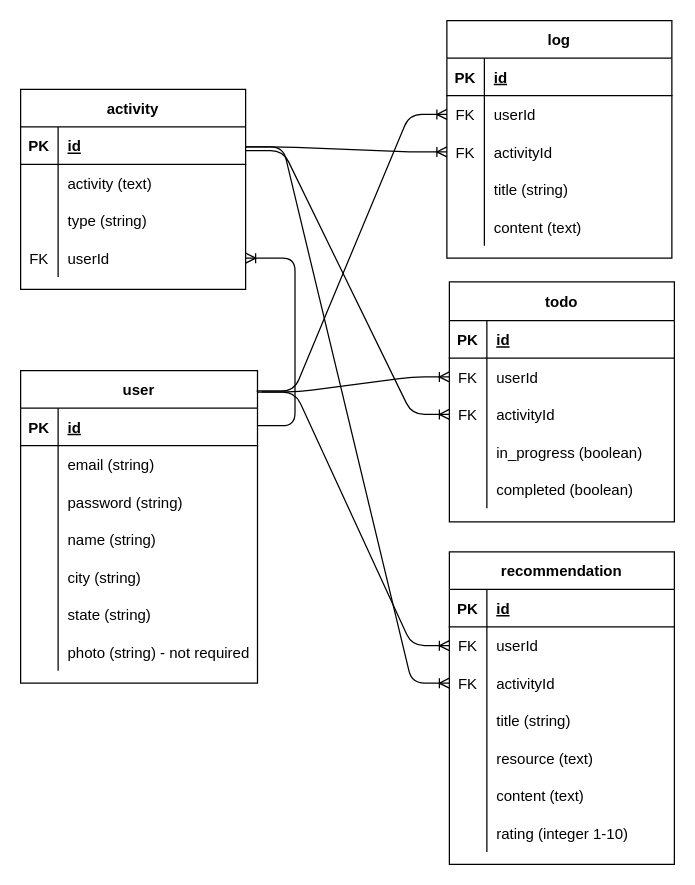
valerieyang00/Project-2 keeps this draw.io diagram as ERD.drawio. Above is the earlier version. Source tidied: cells renumbered, new cells numbered last; positions are measured from the earlier drawing's top-left corner, leaving out a move shared by most shapes. Both pictures are drawn from the tidied source at 125%, with x=0, y=0 at pixel (20, 20).
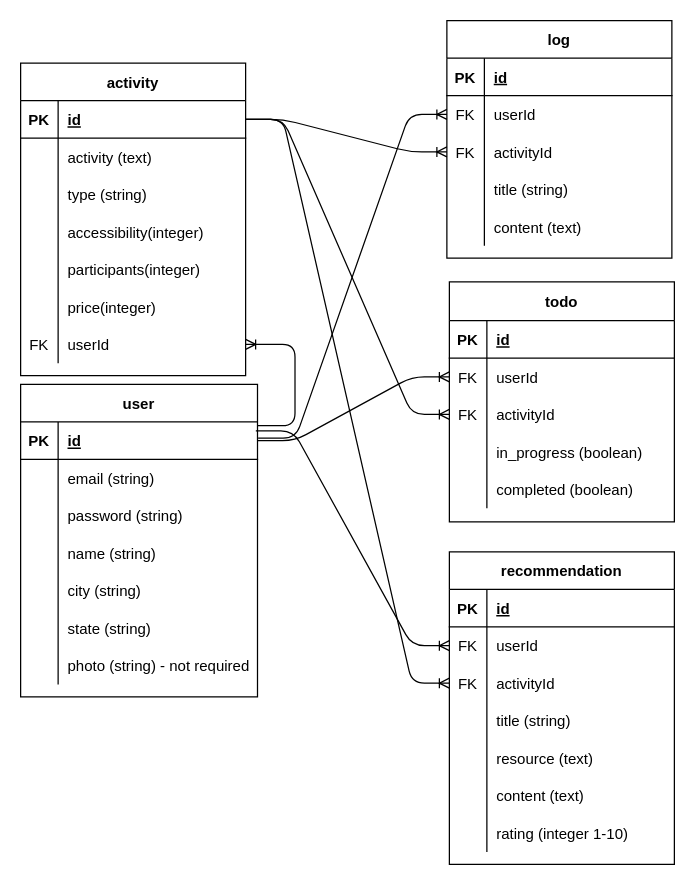
The same diagram, later.

The change refers to these unchanged cells:
```xml
<mxCell id="3" style="shape=partialRectangle;fillColor=none;top=0;left=0;bottom=1;right=0;points=[[0,0.5],[1,0.5]];portConstraint=eastwest;" parent="2" vertex="1">
  <mxGeometry y="30" width="189.5" height="30" as="geometry" />
</mxCell>
<mxCell id="28" style="shape=partialRectangle;fillColor=none;top=0;left=0;bottom=0;right=0;points=[[0,0.5],[1,0.5]];portConstraint=eastwest;" parent="24" vertex="1">
  <mxGeometry y="61" width="180" height="30" as="geometry" />
</mxCell>
<mxCell id="31" style="shape=partialRectangle;fillColor=none;top=0;left=0;bottom=0;right=0;points=[[0,0.5],[1,0.5]];portConstraint=eastwest;" parent="24" vertex="1">
  <mxGeometry y="91" width="180" height="30" as="geometry" />
</mxCell>
<mxCell id="41" style="shape=partialRectangle;fillColor=none;top=0;left=0;bottom=1;right=0;points=[[0,0.5],[1,0.5]];portConstraint=eastwest;" parent="40" vertex="1">
  <mxGeometry y="30" width="180" height="30" as="geometry" />
</mxCell>
<mxCell id="57" style="shape=partialRectangle;fillColor=none;top=0;left=0;bottom=0;right=0;points=[[0,0.5],[1,0.5]];portConstraint=eastwest;" parent="53" vertex="1">
  <mxGeometry y="60" width="180" height="30" as="geometry" />
</mxCell>
<mxCell id="60" style="shape=partialRectangle;fillColor=none;top=0;left=0;bottom=0;right=0;points=[[0,0.5],[1,0.5]];portConstraint=eastwest;" parent="53" vertex="1">
  <mxGeometry y="90" width="180" height="30" as="geometry" />
</mxCell>
<mxCell id="73" style="shape=partialRectangle;fillColor=none;top=0;left=0;bottom=0;right=0;points=[[0,0.5],[1,0.5]];portConstraint=eastwest;" parent="69" vertex="1">
  <mxGeometry y="60" width="180" height="30" as="geometry" />
</mxCell>
<mxCell id="76" style="shape=partialRectangle;fillColor=none;top=0;left=0;bottom=0;right=0;points=[[0,0.5],[1,0.5]];portConstraint=eastwest;" parent="69" vertex="1">
  <mxGeometry y="90" width="180" height="30" as="geometry" />
</mxCell>
```

What changed in the source:
```diff
@@
     <mxCell id="2" value="user" style="shape=table;startSize=30;childLayout=tableLayout;rowLines=0;fontStyle=1;align=center;" parent="1" vertex="1">
-      <mxGeometry y="280" width="189.5" height="250" as="geometry" />
+      <mxGeometry y="291" width="189.5" height="250" as="geometry" />
     </mxCell>
@@
     <mxCell id="40" value="activity" style="shape=table;startSize=30;childLayout=tableLayout;rowLines=0;fontStyle=1;align=center;" parent="1" vertex="1">
-      <mxGeometry y="55" width="180" height="160" as="geometry" />
+      <mxGeometry y="34" width="180" height="250" as="geometry" />
     </mxCell>
@@
+    <mxCell id="98" style="shape=partialRectangle;fillColor=none;top=0;left=0;bottom=0;right=0;" parent="40" vertex="1">
+      <mxGeometry y="120" width="180" height="30" as="geometry" />
+    </mxCell>
+    <mxCell id="99" style="shape=partialRectangle;fillColor=none;top=0;left=0;bottom=0;right=0;overflow=hidden;" parent="98" vertex="1">
+      <mxGeometry width="30" height="30" as="geometry" />
+    </mxCell>
+    <mxCell id="100" value="accessibility(integer)" style="shape=partialRectangle;fillColor=none;top=0;left=0;bottom=0;right=0;align=left;spacingLeft=6;overflow=hidden;" parent="98" vertex="1">
+      <mxGeometry x="30" width="150" height="30" as="geometry" />
+    </mxCell>
+    <mxCell id="101" style="shape=partialRectangle;fillColor=none;top=0;left=0;bottom=0;right=0;" parent="40" vertex="1">
+      <mxGeometry y="150" width="180" height="30" as="geometry" />
+    </mxCell>
+    <mxCell id="102" style="shape=partialRectangle;fillColor=none;top=0;left=0;bottom=0;right=0;overflow=hidden;" parent="101" vertex="1">
+      <mxGeometry width="30" height="30" as="geometry" />
+    </mxCell>
+    <mxCell id="103" value="participants(integer)" style="shape=partialRectangle;fillColor=none;top=0;left=0;bottom=0;right=0;align=left;spacingLeft=6;overflow=hidden;" parent="101" vertex="1">
+      <mxGeometry x="30" width="150" height="30" as="geometry" />
+    </mxCell>
+    <mxCell id="104" style="shape=partialRectangle;fillColor=none;top=0;left=0;bottom=0;right=0;" parent="40" vertex="1">
+      <mxGeometry y="180" width="180" height="30" as="geometry" />
+    </mxCell>
+    <mxCell id="105" style="shape=partialRectangle;fillColor=none;top=0;left=0;bottom=0;right=0;overflow=hidden;" parent="104" vertex="1">
+      <mxGeometry width="30" height="30" as="geometry" />
+    </mxCell>
+    <mxCell id="106" value="price(integer)" style="shape=partialRectangle;fillColor=none;top=0;left=0;bottom=0;right=0;align=left;spacingLeft=6;overflow=hidden;" parent="104" vertex="1">
+      <mxGeometry x="30" width="150" height="30" as="geometry" />
+    </mxCell>
     <mxCell id="50" style="shape=partialRectangle;fillColor=none;top=0;left=0;bottom=0;right=0;points=[[0,0.5],[1,0.5]];portConstraint=eastwest;" parent="40" vertex="1">
-      <mxGeometry y="120" width="180" height="30" as="geometry" />
+      <mxGeometry y="210" width="180" height="30" as="geometry" />
     </mxCell>
@@
-    <mxCell id="91" style="edgeStyle=entityRelationEdgeStyle;fontSize=12;html=1;endArrow=ERoneToMany;entryX=0;entryY=0.5;entryDx=0;entryDy=0;" parent="1" edge="1" target="60">
-      <mxGeometry relative="1" as="geometry">
-        <mxPoint x="180" y="101" as="sourcePoint" />
-      </mxGeometry>
+    <mxCell id="91" style="edgeStyle=entityRelationEdgeStyle;fontSize=12;html=1;endArrow=ERoneToMany;entryX=0;entryY=0.5;entryDx=0;entryDy=0;exitX=1;exitY=0.5;exitDx=0;exitDy=0;" parent="1" edge="1" source="41" target="60">
+      <mxGeometry relative="1" as="geometry" />
     </mxCell>
-    <mxCell id="92" style="edgeStyle=entityRelationEdgeStyle;fontSize=12;html=1;endArrow=ERoneToMany;entryX=0;entryY=0.5;entryDx=0;entryDy=0;" parent="1" edge="1" target="31">
-      <mxGeometry relative="1" as="geometry">
-        <mxPoint x="180" y="104" as="sourcePoint" />
-      </mxGeometry>
+    <mxCell id="92" style="edgeStyle=entityRelationEdgeStyle;fontSize=12;html=1;endArrow=ERoneToMany;entryX=0;entryY=0.5;entryDx=0;entryDy=0;exitX=1;exitY=0.5;exitDx=0;exitDy=0;" parent="1" edge="1" source="41" target="31">
+      <mxGeometry relative="1" as="geometry" />
     </mxCell>
-    <mxCell id="93" style="edgeStyle=entityRelationEdgeStyle;fontSize=12;html=1;endArrow=ERoneToMany;entryX=0;entryY=0.5;entryDx=0;entryDy=0;" parent="1" edge="1" target="76">
-      <mxGeometry relative="1" as="geometry">
-        <mxPoint x="180" y="101" as="sourcePoint" />
-      </mxGeometry>
+    <mxCell id="93" style="edgeStyle=entityRelationEdgeStyle;fontSize=12;html=1;endArrow=ERoneToMany;entryX=0;entryY=0.5;entryDx=0;entryDy=0;exitX=1;exitY=0.5;exitDx=0;exitDy=0;" parent="1" edge="1" source="41" target="76">
+      <mxGeometry relative="1" as="geometry" />
     </mxCell>
-    <mxCell id="94" style="edgeStyle=entityRelationEdgeStyle;fontSize=12;html=1;endArrow=ERoneToMany;entryX=0;entryY=0.5;entryDx=0;entryDy=0;exitX=0.996;exitY=0.065;exitDx=0;exitDy=0;exitPerimeter=0;" parent="1" edge="1" source="2" target="57">
-      <mxGeometry relative="1" as="geometry" />
+    <mxCell id="94" style="edgeStyle=entityRelationEdgeStyle;fontSize=12;html=1;endArrow=ERoneToMany;entryX=0;entryY=0.5;entryDx=0;entryDy=0;" parent="1" edge="1" target="57">
+      <mxGeometry relative="1" as="geometry">
+        <mxPoint x="190" y="334" as="sourcePoint" />
+      </mxGeometry>
     </mxCell>
-    <mxCell id="95" style="edgeStyle=entityRelationEdgeStyle;fontSize=12;html=1;endArrow=ERoneToMany;entryX=0;entryY=0.5;entryDx=0;entryDy=0;" parent="1" edge="1" target="28">
-      <mxGeometry relative="1" as="geometry">
-        <mxPoint x="193" y="297" as="sourcePoint" />
-      </mxGeometry>
+    <mxCell id="95" style="edgeStyle=entityRelationEdgeStyle;fontSize=12;html=1;endArrow=ERoneToMany;entryX=0;entryY=0.5;entryDx=0;entryDy=0;exitX=1;exitY=0.5;exitDx=0;exitDy=0;" parent="1" edge="1" source="3" target="28">
+      <mxGeometry relative="1" as="geometry" />
     </mxCell>
-    <mxCell id="96" style="edgeStyle=entityRelationEdgeStyle;fontSize=12;html=1;endArrow=ERoneToMany;entryX=0;entryY=0.5;entryDx=0;entryDy=0;exitX=1.001;exitY=0.069;exitDx=0;exitDy=0;exitPerimeter=0;" parent="1" edge="1" source="2" target="73">
+    <mxCell id="96" style="edgeStyle=entityRelationEdgeStyle;fontSize=12;html=1;endArrow=ERoneToMany;entryX=0;entryY=0.5;entryDx=0;entryDy=0;exitX=0.993;exitY=0.237;exitDx=0;exitDy=0;exitPerimeter=0;" parent="1" edge="1" source="3" target="73">
       <mxGeometry relative="1" as="geometry" />
     </mxCell>
```
